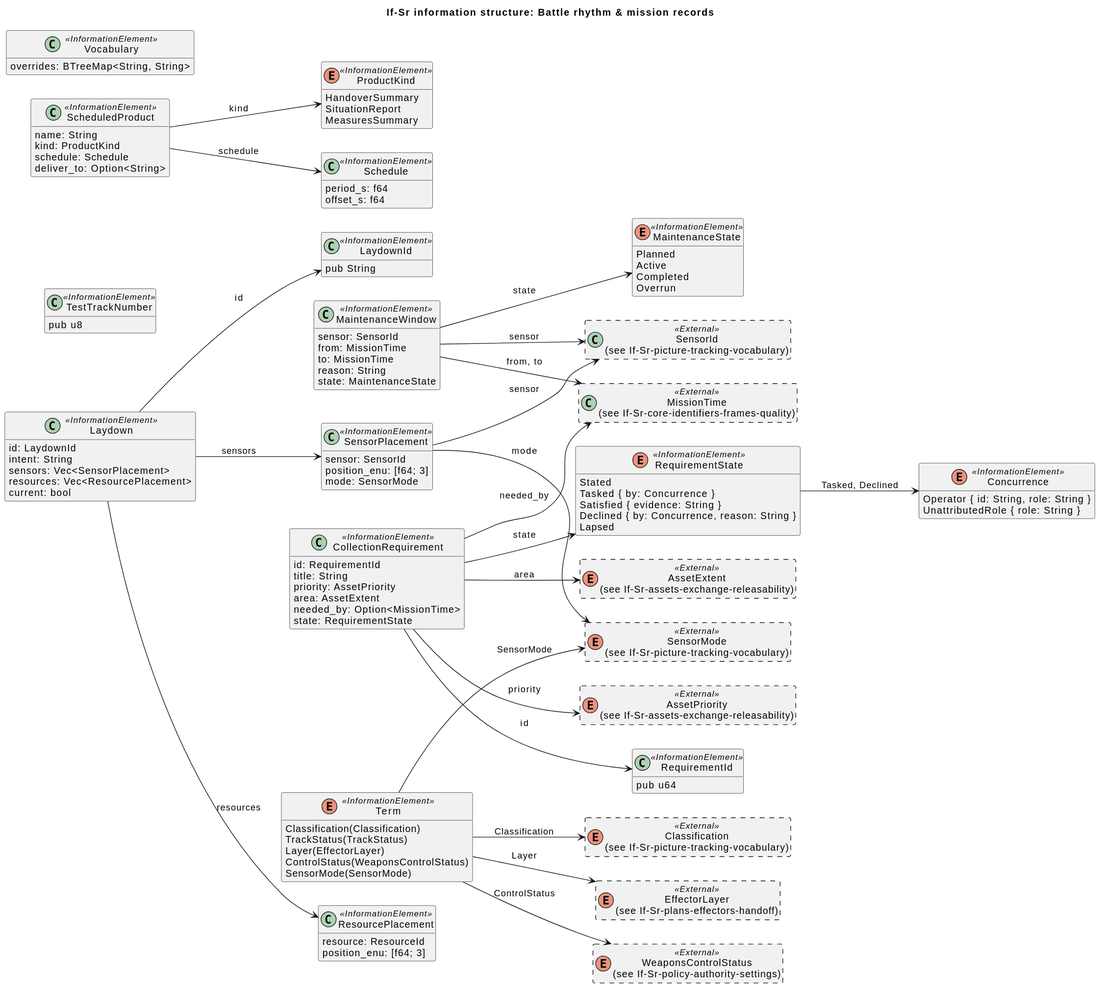
WayneRoessling/gungnir keeps this PlantUML diagram as docs/architecture/uaf/rendered/information/If-Sr-battle-rhythm-mission-records.svg. Above is the earlier version.
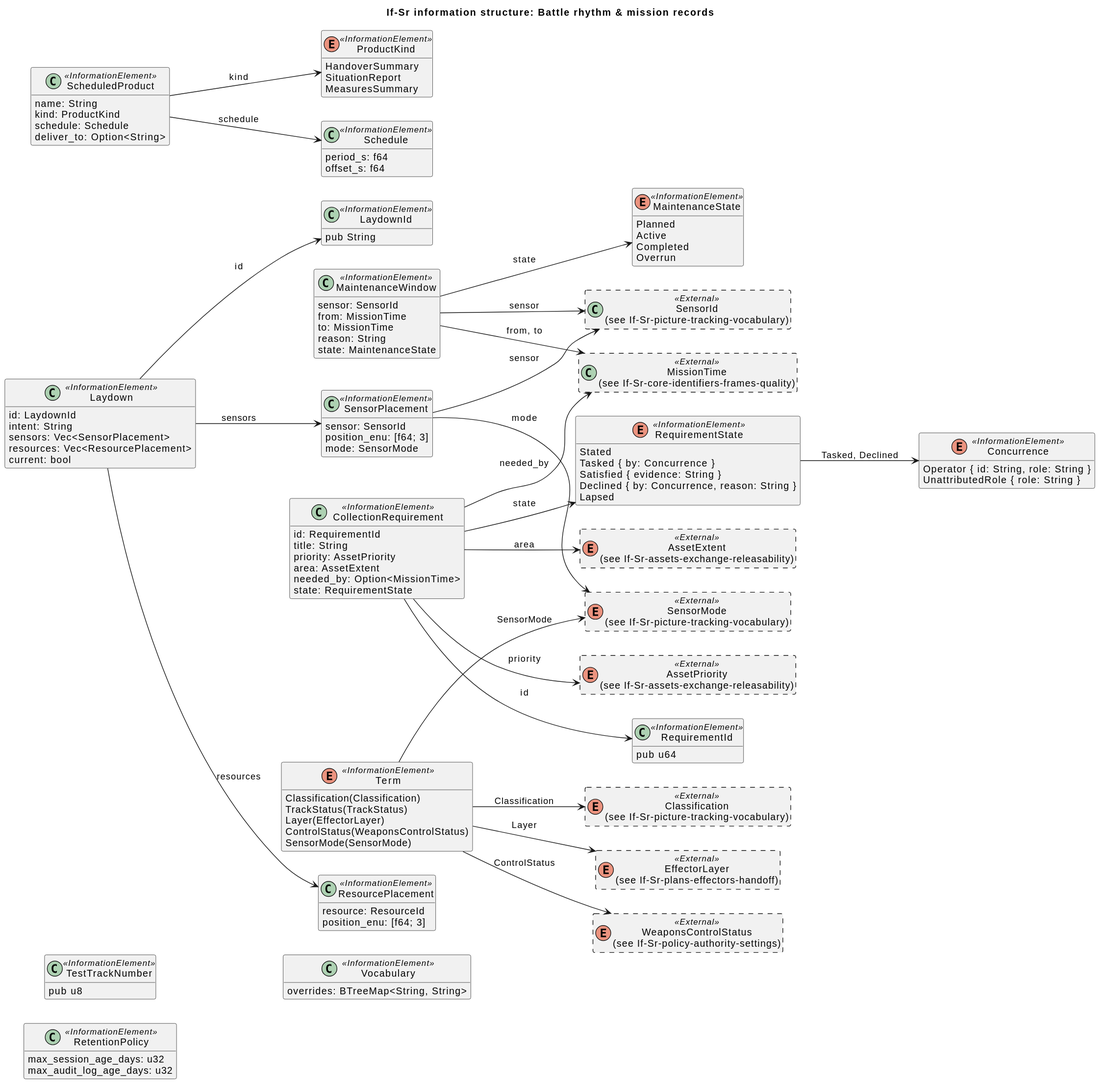
Above is the later version.

Change to the diagram source:
```diff
@@ -46,6 +46,10 @@
   Satisfied { evidence: String }
   Declined { by: Concurrence, reason: String }
   Lapsed
+}
+class "RetentionPolicy" as RetentionPolicy <<InformationElement>> {
+  max_session_age_days: u32
+  max_audit_log_age_days: u32
 }
 class "ScheduledProduct" as ScheduledProduct <<InformationElement>> {
   name: String
```
